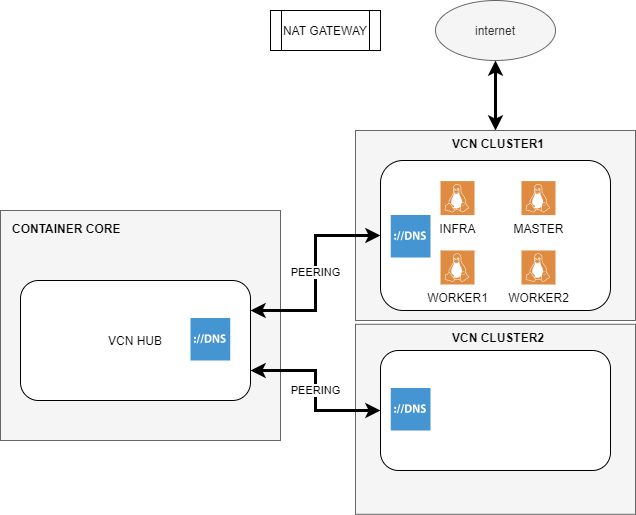
Above: esquema.png in victhor666/Openshift-OCI (draw.io), before the change. Source tidied: cells renumbered, new cells last; positions are measured from the earlier drawing's top-left corner, leaving out a move shared by most shapes.
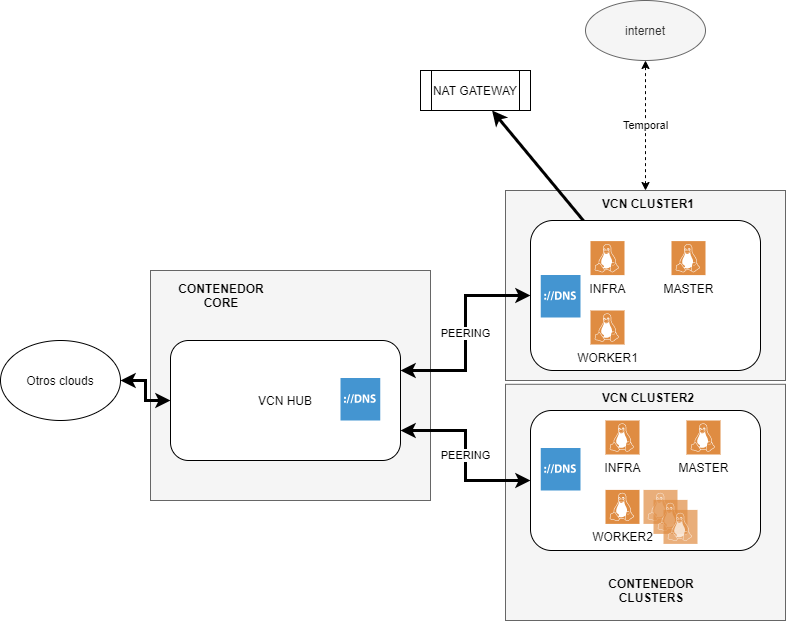
After the commit.

Diff of the diagram source:
```diff
@@ -3,9 +3,9 @@
     <mxCell id="0" />
     <mxCell id="1" parent="0" />
     <mxCell id="2" style="rounded=0;whiteSpace=wrap;html=1;fillColor=#f5f5f5;strokeColor=#666666;fontColor=#333333;" parent="1" vertex="1">
-      <mxGeometry x="355" y="323.8" width="280" height="190" as="geometry" />
+      <mxGeometry x="355" y="323.8" width="280" height="236.2" as="geometry" />
     </mxCell>
-    <mxCell id="3" style="edgeStyle=orthogonalEdgeStyle;rounded=0;jettySize=auto;html=1;startArrow=classic;startFill=1;strokeWidth=3;" parent="1" edge="1" source="4" target="22">
+    <mxCell id="3" value="Temporal" style="edgeStyle=orthogonalEdgeStyle;rounded=0;jettySize=auto;html=1;startArrow=classic;startFill=1;strokeWidth=1;dashed=1;" parent="1" edge="1" source="4" target="22">
       <mxGeometry relative="1" as="geometry" />
     </mxCell>
     <mxCell id="4" style="rounded=0;whiteSpace=wrap;html=1;fillColor=#f5f5f5;strokeColor=#666666;fontColor=#333333;" parent="1" vertex="1">
@@ -14,17 +14,23 @@
     <mxCell id="5" style="rounded=0;whiteSpace=wrap;html=1;fillColor=#f5f5f5;strokeColor=#666666;fontColor=#333333;" parent="1" vertex="1">
       <mxGeometry y="210" width="280" height="230" as="geometry" />
     </mxCell>
+    <mxCell id="23" style="edgeStyle=orthogonalEdgeStyle;rounded=0;jettySize=auto;html=1;startArrow=classic;startFill=1;strokeWidth=3;" parent="1" edge="1" source="6" target="25">
+      <mxGeometry relative="1" as="geometry" />
+    </mxCell>
     <mxCell id="6" value="VCN HUB" style="rounded=1;whiteSpace=wrap;html=1;" parent="1" vertex="1">
       <mxGeometry x="20" y="280" width="230" height="120" as="geometry" />
     </mxCell>
     <mxCell id="7" value="PEERING" style="edgeStyle=orthogonalEdgeStyle;rounded=0;jettySize=auto;html=1;entryX=1;entryY=0.25;entryDx=0;entryDy=0;startArrow=classic;startFill=1;strokeWidth=3;" parent="1" edge="1" source="8" target="6">
       <mxGeometry relative="1" as="geometry" />
     </mxCell>
+    <mxCell id="24" style="rounded=0;jettySize=auto;html=1;startArrow=none;startFill=0;strokeWidth=3;" parent="1" edge="1" source="8" target="21">
+      <mxGeometry relative="1" as="geometry" />
+    </mxCell>
     <mxCell id="8" style="rounded=1;whiteSpace=wrap;html=1;" parent="1" vertex="1">
       <mxGeometry x="380" y="160" width="230" height="150" as="geometry" />
     </mxCell>
     <mxCell id="9" style="rounded=1;whiteSpace=wrap;html=1;" parent="1" vertex="1">
-      <mxGeometry x="380" y="350" width="230" height="120" as="geometry" />
+      <mxGeometry x="380" y="350" width="230" height="140" as="geometry" />
     </mxCell>
     <mxCell id="10" value="&lt;div style=&quot;text-align: center&quot;&gt;&lt;font face=&quot;helvetica&quot;&gt;VCN CLUSTER1&lt;/font&gt;&lt;/div&gt;" style="text;whiteSpace=wrap;html=1;fontStyle=1;" parent="1" vertex="1">
       <mxGeometry x="450" y="130" width="120" height="30" as="geometry" />
@@ -41,9 +47,6 @@
     <mxCell id="14" value="WORKER1" style="sketch=0;shadow=0;dashed=0;html=1;strokeColor=none;fillColor=#DF8C42;labelPosition=center;verticalLabelPosition=bottom;verticalAlign=top;align=center;shape=mxgraph.veeam2.linux;" parent="1" vertex="1">
       <mxGeometry x="440" y="250" width="34" height="34" as="geometry" />
     </mxCell>
-    <mxCell id="15" value="WORKER2" style="sketch=0;shadow=0;dashed=0;html=1;strokeColor=none;fillColor=#DF8C42;labelPosition=center;verticalLabelPosition=bottom;verticalAlign=top;align=center;shape=mxgraph.veeam2.linux;" parent="1" vertex="1">
-      <mxGeometry x="521" y="250" width="34" height="34" as="geometry" />
-    </mxCell>
     <mxCell id="16" style="shadow=0;dashed=0;html=1;strokeColor=none;fillColor=#4495D1;labelPosition=center;verticalLabelPosition=bottom;verticalAlign=top;align=center;shape=mxgraph.veeam.dns;" parent="1" vertex="1">
       <mxGeometry x="390.2" y="387.6" width="39.8" height="42.4" as="geometry" />
     </mxCell>
@@ -56,14 +59,38 @@
     <mxCell id="19" value="PEERING" style="edgeStyle=orthogonalEdgeStyle;rounded=0;jettySize=auto;html=1;entryX=1;entryY=0.75;entryDx=0;entryDy=0;startArrow=classic;startFill=1;strokeWidth=3;exitX=0;exitY=0.5;exitDx=0;exitDy=0;" parent="1" edge="1" source="9" target="6">
       <mxGeometry relative="1" as="geometry" />
     </mxCell>
-    <mxCell id="20" value="&lt;div style=&quot;text-align: center&quot;&gt;&lt;font face=&quot;helvetica&quot;&gt;CONTAINER CORE&lt;/font&gt;&lt;/div&gt;" style="text;whiteSpace=wrap;html=1;fontStyle=1;" parent="1" vertex="1">
+    <mxCell id="20" value="&lt;div style=&quot;text-align: center&quot;&gt;&lt;font face=&quot;helvetica&quot;&gt;CONTENEDOR CORE&lt;/font&gt;&lt;/div&gt;" style="text;whiteSpace=wrap;html=1;fontStyle=1;" parent="1" vertex="1">
       <mxGeometry x="10" y="214.6" width="120" height="30" as="geometry" />
     </mxCell>
     <mxCell id="21" value="NAT GATEWAY" style="shape=process;whiteSpace=wrap;html=1;backgroundOutline=1;" parent="1" vertex="1">
       <mxGeometry x="270" y="10" width="110" height="40" as="geometry" />
     </mxCell>
     <mxCell id="22" value="internet" style="ellipse;whiteSpace=wrap;html=1;rounded=0;fontColor=#333333;strokeColor=#666666;fillColor=#f5f5f5;" parent="1" vertex="1">
-      <mxGeometry x="435" width="120" height="60" as="geometry" />
+      <mxGeometry x="435" y="-60" width="120" height="60" as="geometry" />
     </mxCell>
+    <mxCell id="25" value="Otros clouds" style="ellipse;whiteSpace=wrap;html=1;" parent="1" vertex="1">
+      <mxGeometry x="-150" y="280" width="120" height="80" as="geometry" />
+    </mxCell>
+    <mxCell id="26" value="INFRA" style="sketch=0;shadow=0;dashed=0;html=1;strokeColor=none;fillColor=#DF8C42;labelPosition=center;verticalLabelPosition=bottom;verticalAlign=top;align=center;shape=mxgraph.veeam2.linux;" parent="1" vertex="1">
+      <mxGeometry x="455" y="360" width="34" height="34" as="geometry" />
+    </mxCell>
+    <mxCell id="27" value="MASTER" style="sketch=0;shadow=0;dashed=0;html=1;strokeColor=none;fillColor=#DF8C42;labelPosition=center;verticalLabelPosition=bottom;verticalAlign=top;align=center;shape=mxgraph.veeam2.linux;" parent="1" vertex="1">
+      <mxGeometry x="536" y="360" width="34" height="34" as="geometry" />
+    </mxCell>
+    <mxCell id="15" value="WORKER2" style="sketch=0;shadow=0;dashed=0;html=1;strokeColor=none;fillColor=#DF8C42;labelPosition=center;verticalLabelPosition=bottom;verticalAlign=top;align=center;shape=mxgraph.veeam2.linux;" parent="1" vertex="1">
+      <mxGeometry x="455" y="429.4" width="34" height="34" as="geometry" />
+    </mxCell>
+    <mxCell id="28" style="sketch=0;shadow=0;dashed=0;html=1;strokeColor=none;fillColor=#DF8C42;labelPosition=center;verticalLabelPosition=bottom;verticalAlign=top;align=center;shape=mxgraph.veeam2.linux;opacity=70;" parent="1" vertex="1">
+      <mxGeometry x="493" y="429.4" width="34" height="34" as="geometry" />
+    </mxCell>
+    <mxCell id="29" style="sketch=0;shadow=0;dashed=0;html=1;strokeColor=none;fillColor=#DF8C42;labelPosition=center;verticalLabelPosition=bottom;verticalAlign=top;align=center;shape=mxgraph.veeam2.linux;opacity=70;" parent="1" vertex="1">
+      <mxGeometry x="503" y="439.4" width="34" height="34" as="geometry" />
+    </mxCell>
+    <mxCell id="30" style="sketch=0;shadow=0;dashed=0;html=1;strokeColor=none;fillColor=#DF8C42;labelPosition=center;verticalLabelPosition=bottom;verticalAlign=top;align=center;shape=mxgraph.veeam2.linux;opacity=70;" parent="1" vertex="1">
+      <mxGeometry x="513" y="449.4" width="34" height="34" as="geometry" />
+    </mxCell>
+    <mxCell id="31" value="&lt;div style=&quot;text-align: center&quot;&gt;&lt;font face=&quot;helvetica&quot;&gt;CONTENEDOR CLUSTERS&lt;/font&gt;&lt;/div&gt;" style="text;whiteSpace=wrap;html=1;fontStyle=1;" parent="1" vertex="1">
+      <mxGeometry x="440" y="510" width="120" height="30" as="geometry" />
+    </mxCell>
   </root>
 </mxGraphModel>
```
